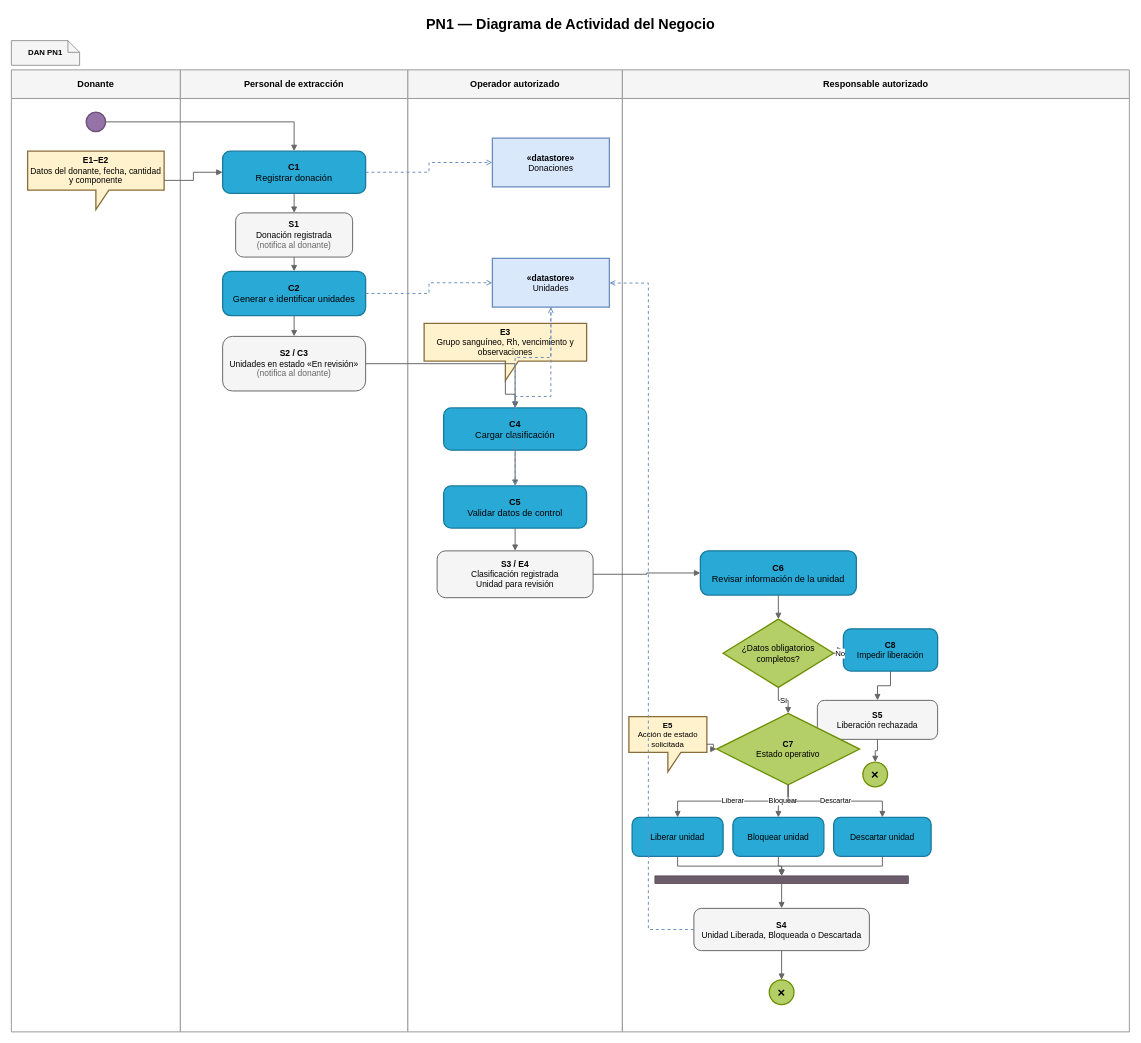
juanNH/Ingenieria-de-Software keeps this draw.io diagram as Diagramas/Secuencia de Roles/PN1_DiagramaActividadNegocio.drawio. Above is the earlier version. Source tidied: cells renumbered, new cells numbered last; positions are measured from the earlier drawing's top-left corner, leaving out a move shared by most shapes. Both pictures are drawn from the tidied source at 65%, with x=0, y=0 at pixel (11, 11).
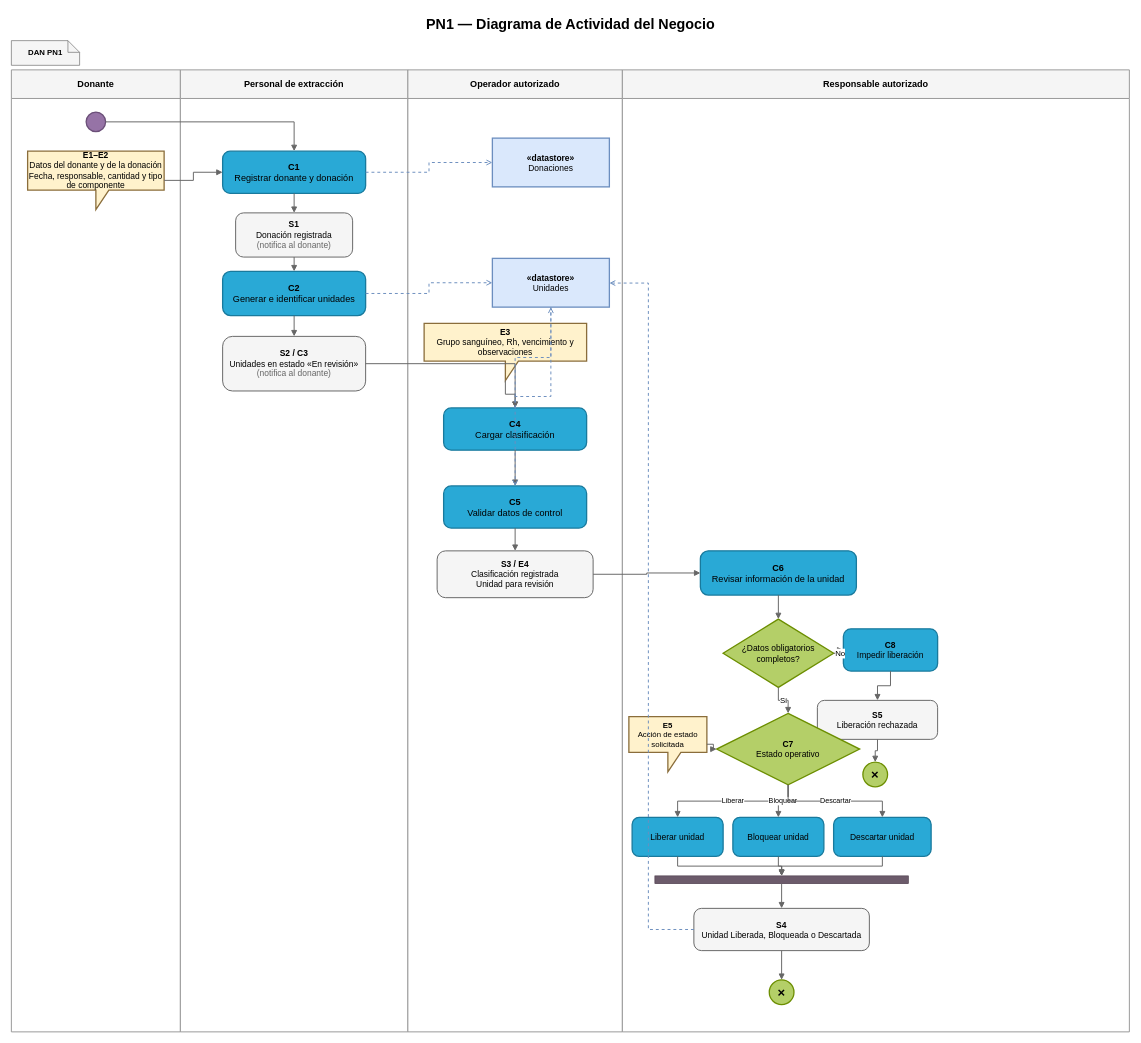
After the change.

What changed in the source:
```diff
@@
-    <mxCell id="9" value="&lt;b&gt;E1–E2&lt;/b&gt;&lt;br&gt;Datos del donante, fecha, cantidad y componente" style="shape=callout;whiteSpace=wrap;html=1;perimeter=rectanglePerimeter;fillColor=#fff2cc;strokeColor=#8a6d3b;strokeWidth=2;fontSize=13;fontFamily=Arial;align=center;verticalAlign=middle;" parent="1" vertex="1">
+    <mxCell id="9" value="&lt;b&gt;E1–E2&lt;/b&gt;&lt;br&gt;Datos del donante y de la donación&lt;br&gt;Fecha, responsable, cantidad y tipo de componente" style="shape=callout;whiteSpace=wrap;html=1;perimeter=rectanglePerimeter;fillColor=#fff2cc;strokeColor=#8a6d3b;strokeWidth=2;fontSize=13;fontFamily=Arial;align=center;verticalAlign=middle;" parent="1" vertex="1">
       <mxGeometry x="25" y="215" width="210" height="90" as="geometry" />
     </mxCell>
-    <mxCell id="10" value="&lt;b&gt;C1&lt;/b&gt;&lt;br&gt;Registrar donación" style="rounded=1;whiteSpace=wrap;html=1;arcSize=18;fillColor=#29a9d6;strokeColor=#197a9d;strokeWidth=2;fontSize=14;fontFamily=Arial;align=center;verticalAlign=middle;" parent="1" vertex="1">
+    <mxCell id="10" value="&lt;b&gt;C1&lt;/b&gt;&lt;br&gt;Registrar donante y donación" style="rounded=1;whiteSpace=wrap;html=1;arcSize=18;fillColor=#29a9d6;strokeColor=#197a9d;strokeWidth=2;fontSize=14;fontFamily=Arial;align=center;verticalAlign=middle;" parent="1" vertex="1">
       <mxGeometry x="325" y="215" width="220" height="65" as="geometry" />
     </mxCell>
```
